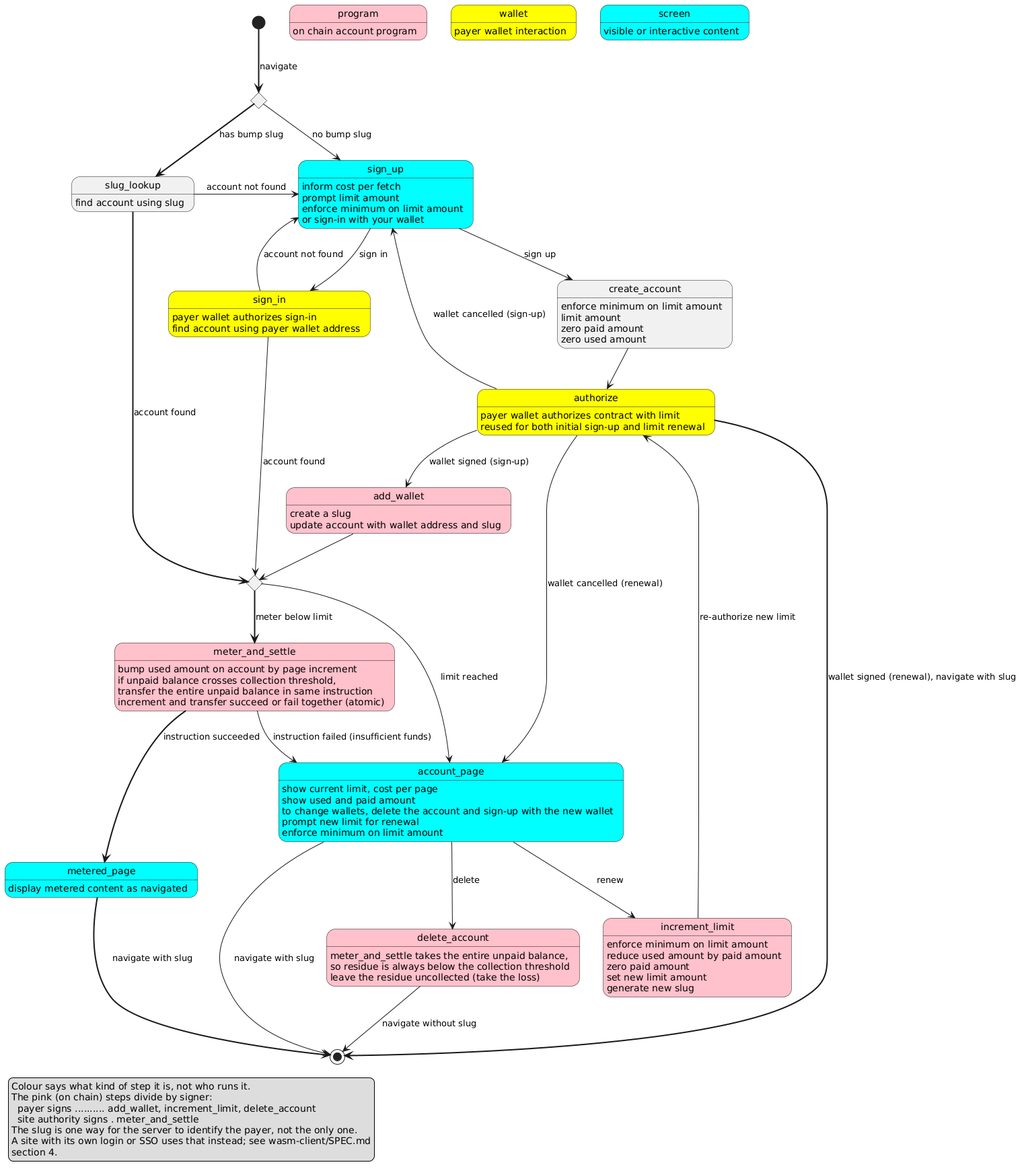
The PlantUML diagram state-machine.png in wbreeze/sol-pay, before a commit.
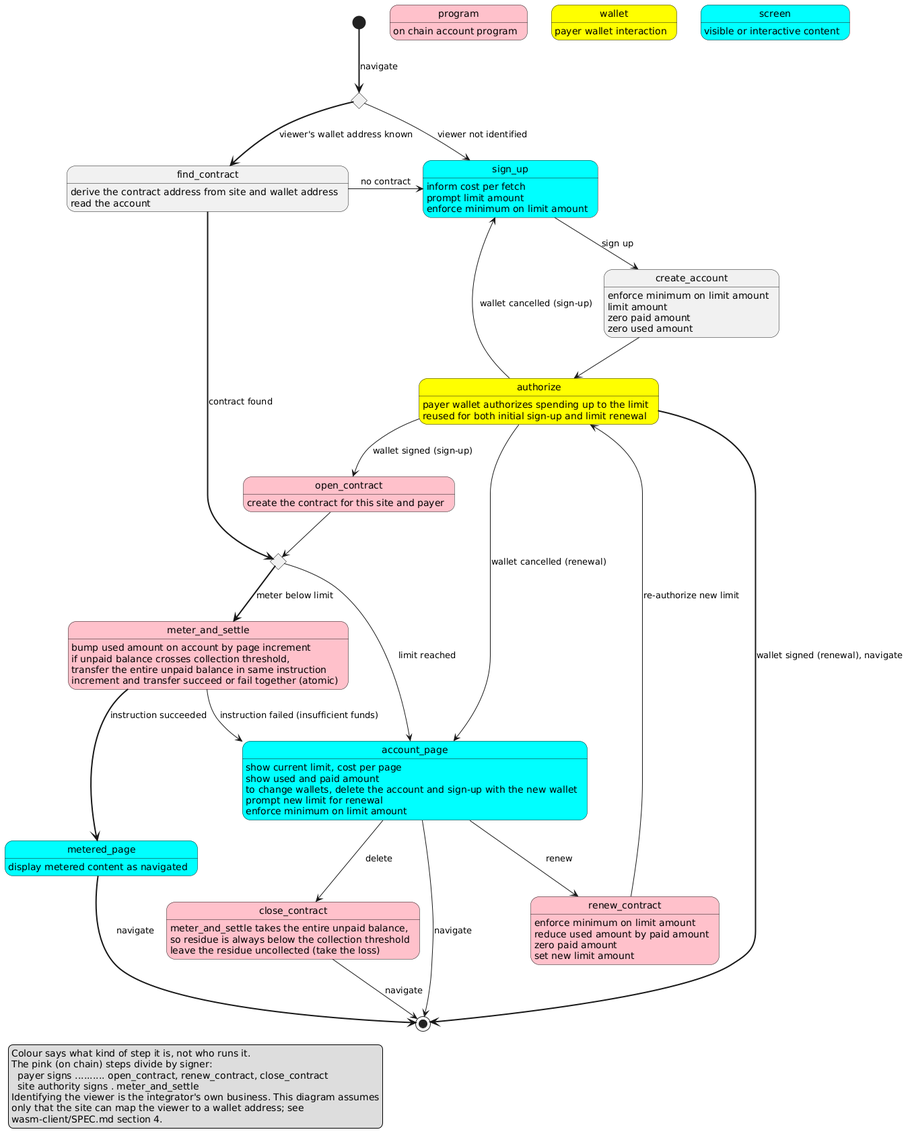
After the commit.

Commit message:
Remove slug id paths from spec

Change to the diagram source:
```diff
@@ -8,40 +8,32 @@
 state screen #cyan
 screen : visible or interactive content
 
-state bumpslugcheck <<choice>>
+state identified <<choice>>
 state sign_up #cyan
 state create_account
-state sign_in #yellow
-state slug_lookup
+state find_contract
 state authorize #yellow
-state add_wallet #pink
-state metered_page
+state open_contract #pink
+state metered_page #cyan
 state meter_and_settle #pink
 state check_limit <<choice>>
 state account_page #cyan
-state metered_page #cyan
-state increment_limit #pink
-state delete_account #pink
+state renew_contract #pink
+state close_contract #pink
 
-[*] -[bold]-> bumpslugcheck : navigate
-bumpslugcheck --> sign_up : no bump slug
-bumpslugcheck -[bold]-> slug_lookup : has bump slug
+[*] -[bold]-> identified : navigate
+identified --> sign_up : viewer not identified
+identified -[bold]-> find_contract : viewer's wallet address known
 
-slug_lookup : find account using slug
-slug_lookup -> sign_up : account not found
-slug_lookup -[bold]-> check_limit : account found
+find_contract : derive the contract address from site and wallet address
+find_contract : read the account
+find_contract -> sign_up : no contract
+find_contract -[bold]-> check_limit : contract found
 
 sign_up : inform cost per fetch
 sign_up : prompt limit amount
 sign_up : enforce minimum on limit amount
-sign_up : or sign-in with your wallet
 sign_up --> create_account : sign up
-sign_up --> sign_in : sign in
-
-sign_in : payer wallet authorizes sign-in
-sign_in : find account using payer wallet address
-sign_in --> check_limit : account found
-sign_in --> sign_up : account not found
 
 create_account : enforce minimum on limit amount
 create_account : limit amount
@@ -49,19 +41,18 @@
 create_account : zero used amount
 create_account --> authorize
 
-authorize : payer wallet authorizes contract with limit
+authorize : payer wallet authorizes spending up to the limit
 authorize : reused for both initial sign-up and limit renewal
 authorize -> sign_up : wallet cancelled (sign-up)
-authorize --> add_wallet : wallet signed (sign-up)
+authorize --> open_contract : wallet signed (sign-up)
 authorize -> account_page : wallet cancelled (renewal)
-authorize -[bold]-> [*] : wallet signed (renewal), navigate with slug
+authorize -[bold]-> [*] : wallet signed (renewal), navigate
 
-add_wallet : create a slug
-add_wallet : update account with wallet address and slug
-add_wallet --> check_limit
+open_contract : create the contract for this site and payer
+open_contract --> check_limit
 
 metered_page : display metered content as navigated
-metered_page -[bold]-> [*] : navigate with slug
+metered_page -[bold]-> [*] : navigate
 
 meter_and_settle : bump used amount on account by page increment
 meter_and_settle : if unpaid balance crosses collection threshold,
@@ -78,30 +69,29 @@
 account_page: to change wallets, delete the account and sign-up with the new wallet
 account_page: prompt new limit for renewal
 account_page: enforce minimum on limit amount
-account_page -> [*] : navigate with slug
-account_page --> increment_limit : renew
-account_page --> delete_account : delete
+account_page -> [*] : navigate
+account_page --> renew_contract : renew
+account_page --> close_contract : delete
 
-increment_limit: enforce minimum on limit amount
-increment_limit: reduce used amount by paid amount
-increment_limit: zero paid amount
-increment_limit: set new limit amount
-increment_limit: generate new slug
-increment_limit --> authorize : re-authorize new limit
+renew_contract: enforce minimum on limit amount
+renew_contract: reduce used amount by paid amount
+renew_contract: zero paid amount
+renew_contract: set new limit amount
+renew_contract --> authorize : re-authorize new limit
 
-delete_account : meter_and_settle takes the entire unpaid balance,
-delete_account : so residue is always below the collection threshold
-delete_account : leave the residue uncollected (take the loss)
-delete_account --> [*] : navigate without slug
+close_contract : meter_and_settle takes the entire unpaid balance,
+close_contract : so residue is always below the collection threshold
+close_contract : leave the residue uncollected (take the loss)
+close_contract --> [*] : navigate
 
 legend left
 Colour says what kind of step it is, not who runs it.
 The pink (on chain) steps divide by signer:
-  payer signs .......... add_wallet, increment_limit, delete_account
+  payer signs .......... open_contract, renew_contract, close_contract
   site authority signs . meter_and_settle
-The slug is one way for the server to identify the payer, not the only one.
-A site with its own login or SSO uses that instead; see wasm-client/SPEC.md
-section 4.
+Identifying the viewer is the integrator's own business. This diagram assumes
+only that the site can map the viewer to a wallet address; see
+wasm-client/SPEC.md section 4.
 endlegend
 
 @enduml
```
